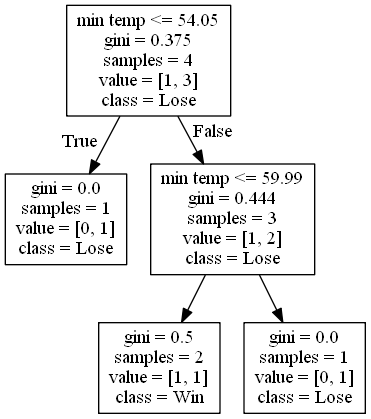
alexana-steck/CSE482Project keeps this Graphviz diagram as DecisionTrees/Conference USAdecision_tree_no_score_or_attendance15.png. Above is the earlier version. Its source is kept beside it as DecisionTrees/Conference USAdecision_tree_no_score_or_attendance15.dot.
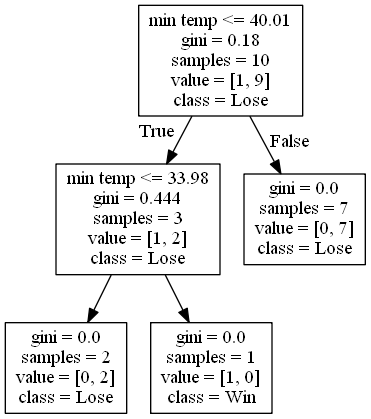
After the commit.

What changed in the source:
```diff
@@ -1,12 +1,12 @@
 digraph Tree {
 node [shape=box] ;
-0 [label="min temp <= 54.05\ngini = 0.375\nsamples = 4\nvalue = [1, 3]\nclass = Lose"] ;
-1 [label="gini = 0.0\nsamples = 1\nvalue = [0, 1]\nclass = Lose"] ;
+0 [label="min temp <= 40.01\ngini = 0.18\nsamples = 10\nvalue = [1, 9]\nclass = Lose"] ;
+1 [label="min temp <= 33.98\ngini = 0.444\nsamples = 3\nvalue = [1, 2]\nclass = Lose"] ;
 0 -> 1 [labeldistance=2.5, labelangle=45, headlabel="True"] ;
-2 [label="min temp <= 59.99\ngini = 0.444\nsamples = 3\nvalue = [1, 2]\nclass = Lose"] ;
-0 -> 2 [labeldistance=2.5, labelangle=-45, headlabel="False"] ;
-3 [label="gini = 0.5\nsamples = 2\nvalue = [1, 1]\nclass = Win"] ;
-2 -> 3 ;
-4 [label="gini = 0.0\nsamples = 1\nvalue = [0, 1]\nclass = Lose"] ;
-2 -> 4 ;
+2 [label="gini = 0.0\nsamples = 2\nvalue = [0, 2]\nclass = Lose"] ;
+1 -> 2 ;
+3 [label="gini = 0.0\nsamples = 1\nvalue = [1, 0]\nclass = Win"] ;
+1 -> 3 ;
+4 [label="gini = 0.0\nsamples = 7\nvalue = [0, 7]\nclass = Lose"] ;
+0 -> 4 [labeldistance=2.5, labelangle=-45, headlabel="False"] ;
 }
```
